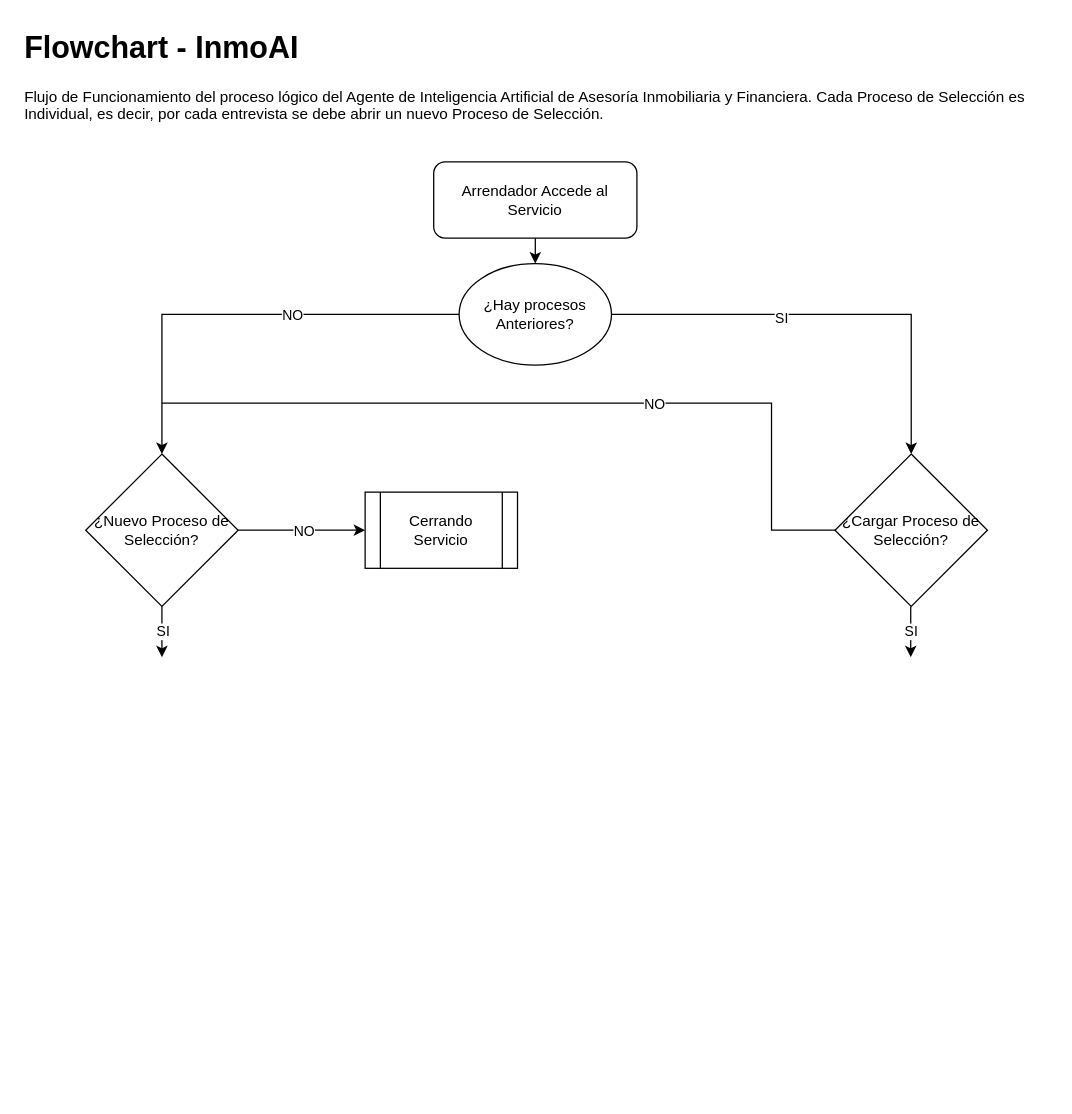
The draw.io diagram page "FlowCHART - Procesos de Funcionamiento del Servicio" (1 of 2) of InmoAI-FLOWCHART.drawio in SrLeeM/SrLeeM1, before the edit. Source tidied: cells renumbered, new cells numbered last; positions are measured from the earlier drawing's top-left corner, leaving out a move shared by most shapes. Both pictures are drawn from the tidied source at 127%, with x=0, y=0 at pixel (22, 22).
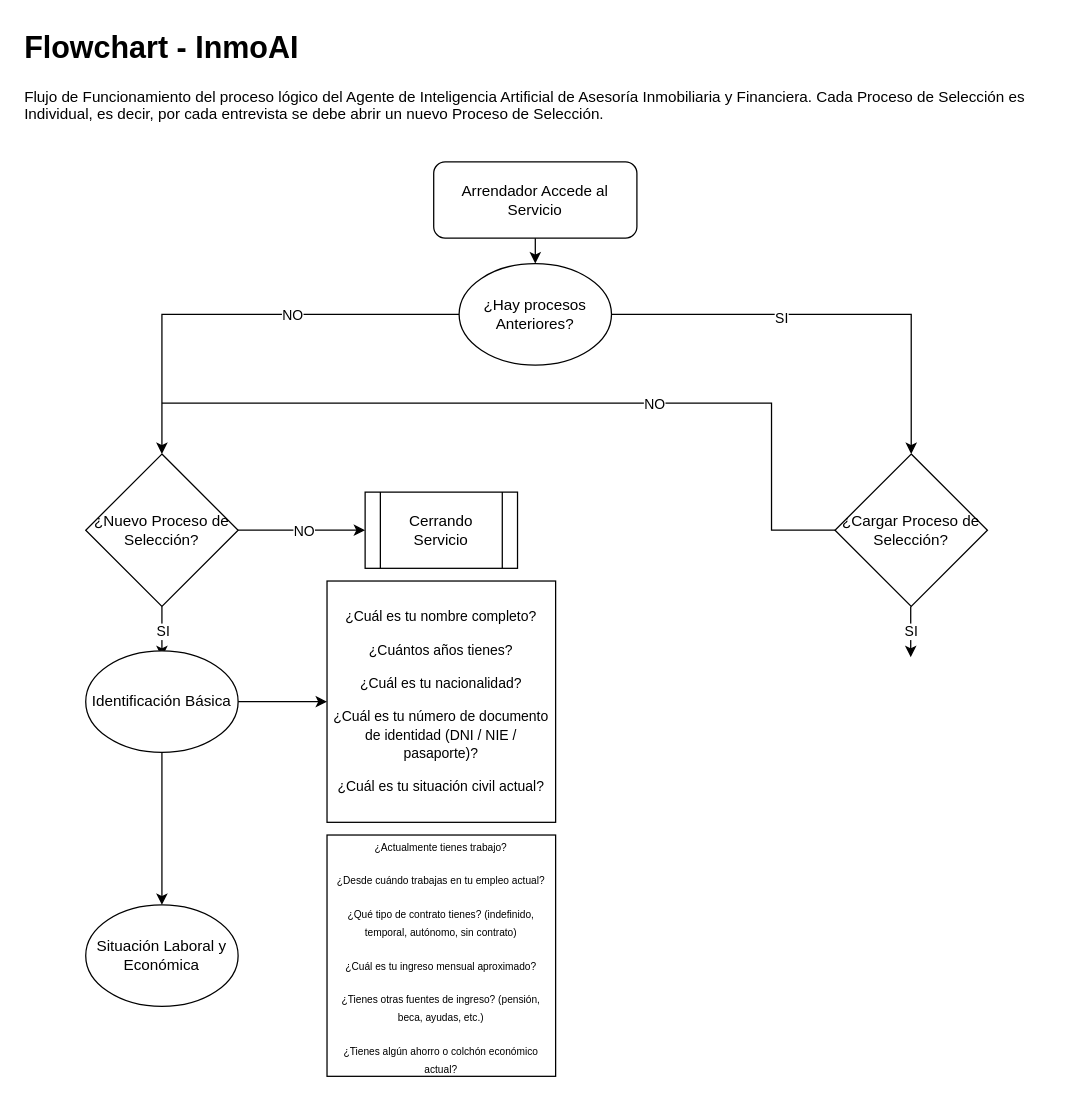
Above is the later version.

What changed in the source:
```diff
@@
+    <mxCell id="21" value="&lt;p&gt;&lt;font style=&quot;font-size: 11px;&quot;&gt;¿Cuál es tu nombre completo?&lt;/font&gt;&lt;/p&gt;&lt;p&gt;&lt;font style=&quot;font-size: 11px;&quot;&gt;¿Cuántos años tienes?&lt;/font&gt;&lt;/p&gt;&lt;p&gt;&lt;font style=&quot;font-size: 11px;&quot;&gt;¿Cuál es tu nacionalidad?&lt;/font&gt;&lt;/p&gt;&lt;p&gt;&lt;font style=&quot;font-size: 11px;&quot;&gt;¿Cuál es tu número de documento de identidad (DNI / NIE / pasaporte)?&lt;/font&gt;&lt;/p&gt;&lt;p&gt;&lt;font style=&quot;font-size: 11px;&quot;&gt;¿Cuál es tu situación civil actual?&lt;/font&gt;&lt;/p&gt;" style="rounded=0;whiteSpace=wrap;html=1;align=center;" parent="1" vertex="1">
+      <mxGeometry x="240" y="440" width="180" height="190" as="geometry" />
+    </mxCell>
+    <mxCell id="22" style="endArrow=classic;html=1;rounded=0;exitX=1;exitY=0.5;exitDx=0;exitDy=0;entryX=0;entryY=0.5;entryDx=0;entryDy=0;" parent="1" edge="1" source="23" target="21">
+      <mxGeometry relative="1" as="geometry" />
+    </mxCell>
+    <mxCell id="23" value="Identificación Básica" style="ellipse;whiteSpace=wrap;html=1;" parent="1" vertex="1">
+      <mxGeometry x="50" y="495" width="120" height="80" as="geometry" />
+    </mxCell>
+    <mxCell id="24" value="&lt;div&gt;&lt;font style=&quot;font-size: 8px;&quot;&gt;&lt;br&gt;&lt;/font&gt;&lt;/div&gt;&lt;div&gt;&lt;font style=&quot;font-size: 8px;&quot;&gt;¿Actualmente tienes trabajo?&lt;/font&gt;&lt;p&gt;&lt;font style=&quot;font-size: 8px;&quot;&gt;¿Desde cuándo trabajas en tu empleo actual?&lt;/font&gt;&lt;/p&gt;&lt;p&gt;&lt;font style=&quot;font-size: 8px;&quot;&gt;¿Qué tipo de contrato tienes? (indefinido, temporal, autónomo, sin contrato)&lt;/font&gt;&lt;/p&gt;&lt;p&gt;&lt;font style=&quot;font-size: 8px;&quot;&gt;¿Cuál es tu ingreso mensual aproximado?&lt;/font&gt;&lt;/p&gt;&lt;p&gt;&lt;font style=&quot;font-size: 8px;&quot;&gt;¿Tienes otras fuentes de ingreso? (pensión, beca, ayudas, etc.)&lt;/font&gt;&lt;/p&gt;&lt;p&gt;&lt;font style=&quot;font-size: 8px;&quot;&gt;¿Tienes algún ahorro o colchón económico actual?&lt;/font&gt;&lt;/p&gt;&lt;/div&gt;" style="rounded=0;whiteSpace=wrap;html=1;align=center;" parent="1" vertex="1">
+      <mxGeometry x="240" y="640" width="180" height="190" as="geometry" />
+    </mxCell>
+    <mxCell id="25" value="Situación Laboral y Económica" style="ellipse;whiteSpace=wrap;html=1;" parent="1" vertex="1">
+      <mxGeometry x="50" y="695" width="120" height="80" as="geometry" />
+    </mxCell>
+    <mxCell id="26" style="endArrow=classic;html=1;rounded=0;exitX=0.5;exitY=1;exitDx=0;exitDy=0;entryX=0.5;entryY=0;entryDx=0;entryDy=0;" parent="1" edge="1" source="23" target="25">
+      <mxGeometry relative="1" as="geometry" />
+    </mxCell>
```
